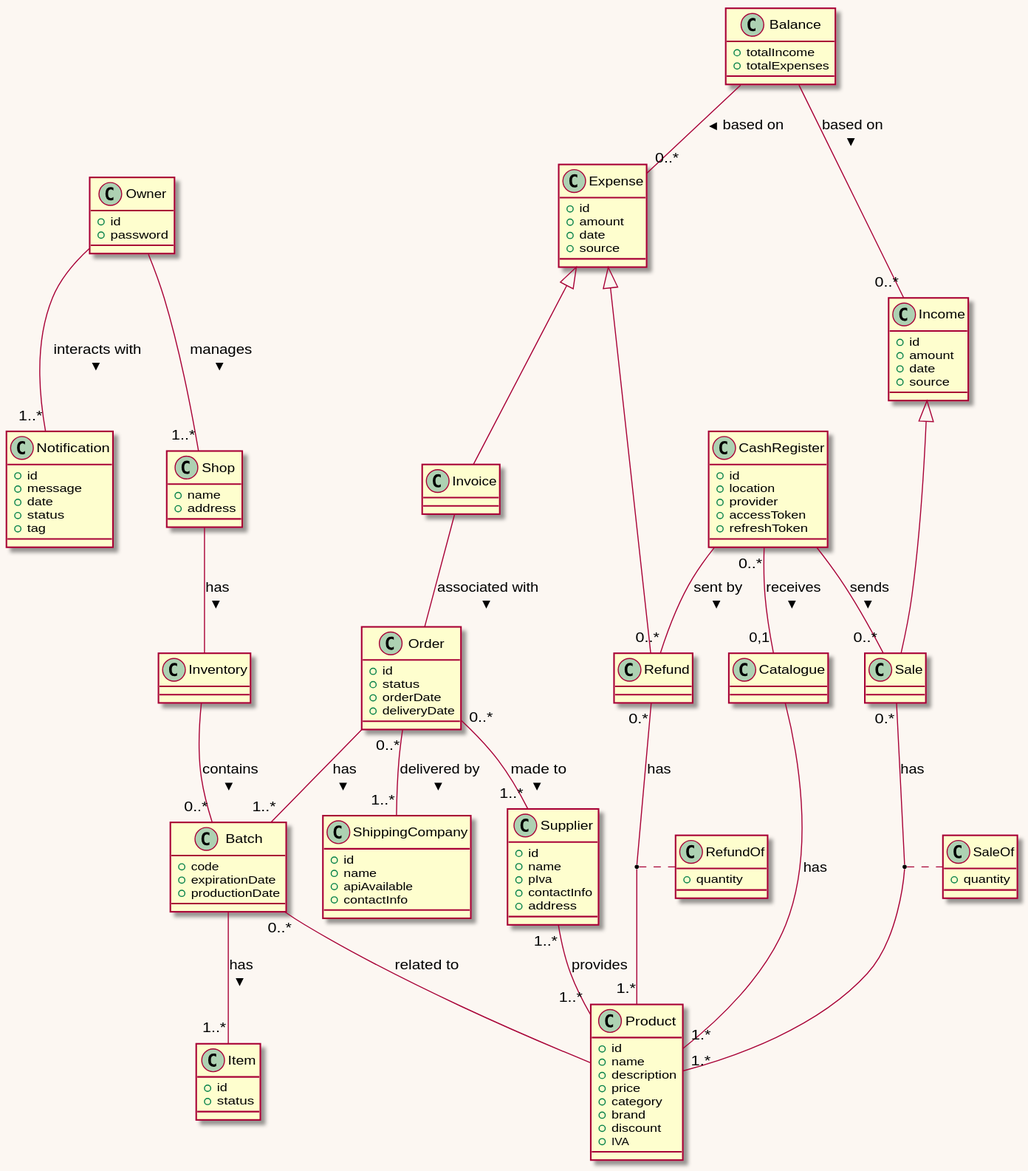
Before: res/plantuml/glossaryDiagram.svg, a diagram exported from PlantUML (Giuseppeclv008/Project).
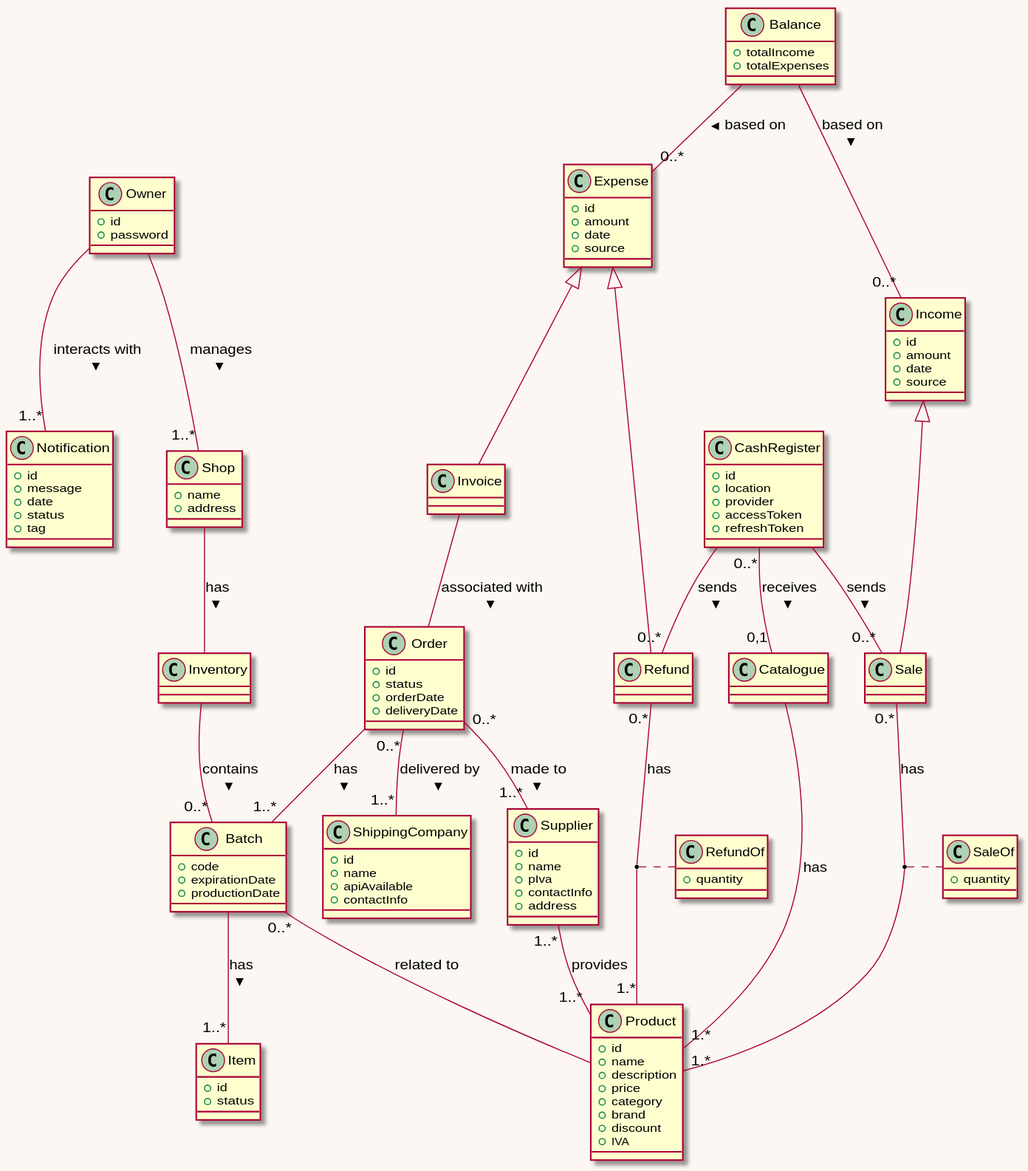
Later version of the same file.

Commit message:
fix(glossary): cashRegister --> refunds : sends

What changed in the source:
```diff
@@ -134,7 +134,7 @@
 
 Invoice --  Order:> associated with
 
-CashRegister  -- "0..*" Refund: > sent by
+CashRegister  -- "0..*" Refund: > sends
 CashRegister  -- "0..*" Sale: > sends
 CashRegister "0..*" -- "0,1" Catalogue: > receives
 
```
